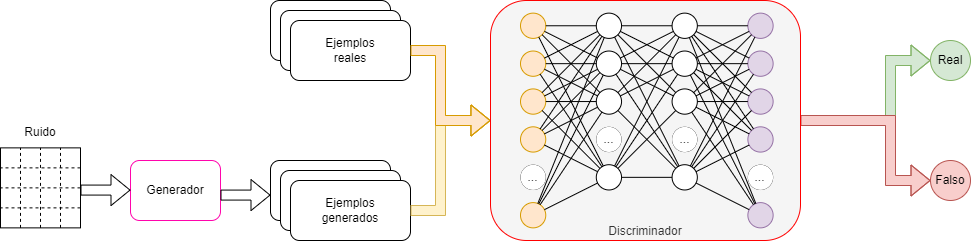
Earlier version of the draw.io export Project/Latex/figures/chapter02/GANs.drawio.png (nonodev96/RNA_SI). Source tidied: cells renumbered, new cells last; positions are measured from the earlier drawing's top-left corner, leaving out a move shared by most shapes.
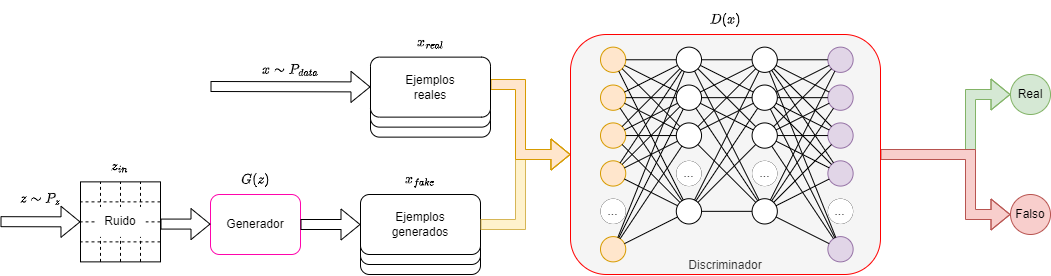
The same diagram one commit later.

What changed in the source:
```diff
@@ -1,39 +1,24 @@
-<mxGraphModel>
+<mxGraphModel math="1">
   <root>
     <mxCell id="0" />
     <mxCell id="1" parent="0" />
-    <mxCell id="2" style="group;" parent="1" vertex="1">
-      <mxGeometry x="270" width="140" height="80" as="geometry" />
-    </mxCell>
-    <mxCell id="3" style="rounded=1;whiteSpace=wrap;html=1;" parent="2" vertex="1">
-      <mxGeometry width="120" height="60" as="geometry" />
-    </mxCell>
-    <mxCell id="4" style="rounded=1;whiteSpace=wrap;html=1;" parent="2" vertex="1">
-      <mxGeometry x="10" y="10" width="120" height="60" as="geometry" />
-    </mxCell>
-    <mxCell id="5" value="Ejemplos&lt;br&gt;reales" style="rounded=1;whiteSpace=wrap;html=1;" parent="2" vertex="1">
-      <mxGeometry x="20" y="20" width="120" height="60" as="geometry" />
-    </mxCell>
     <mxCell id="6" style="group;" parent="1" vertex="1">
-      <mxGeometry x="270" y="160" width="140" height="80" as="geometry" />
+      <mxGeometry x="270" y="150" width="140" height="80" as="geometry" />
     </mxCell>
     <mxCell id="7" style="rounded=1;whiteSpace=wrap;html=1;" parent="6" vertex="1">
-      <mxGeometry width="120" height="60" as="geometry" />
+      <mxGeometry x="10" y="30" width="120" height="60" as="geometry" />
     </mxCell>
     <mxCell id="8" style="rounded=1;whiteSpace=wrap;html=1;" parent="6" vertex="1">
-      <mxGeometry x="10" y="10" width="120" height="60" as="geometry" />
+      <mxGeometry x="10" y="20" width="120" height="60" as="geometry" />
     </mxCell>
     <mxCell id="9" value="Ejemplos &lt;br&gt;generados" style="rounded=1;whiteSpace=wrap;html=1;" parent="6" vertex="1">
-      <mxGeometry x="20" y="20" width="120" height="60" as="geometry" />
+      <mxGeometry x="10" y="10" width="120" height="60" as="geometry" />
     </mxCell>
     <mxCell id="10" value="Generador" style="rounded=1;whiteSpace=wrap;html=1;fillColor=none;strokeColor=#FF05AC;" parent="1" vertex="1">
       <mxGeometry x="130" y="160" width="90" height="60" as="geometry" />
     </mxCell>
-    <mxCell id="11" style="shape=flexArrow;endArrow=classic;html=1;rounded=0;" parent="1" edge="1">
-      <mxGeometry relative="1" as="geometry">
-        <mxPoint x="220" y="194.6" as="sourcePoint" />
-        <mxPoint x="270" y="194.6" as="targetPoint" />
-      </mxGeometry>
+    <mxCell id="11" style="shape=flexArrow;endArrow=classic;html=1;rounded=0;exitX=1;exitY=0.5;exitDx=0;exitDy=0;" parent="1" edge="1" source="10" target="9">
+      <mxGeometry relative="1" as="geometry" />
     </mxCell>
     <mxCell id="12" style="shape=flexArrow;endArrow=classic;html=1;rounded=0;" parent="1" edge="1">
       <mxGeometry relative="1" as="geometry">
@@ -41,16 +26,17 @@
         <mxPoint x="130" y="189.6" as="targetPoint" />
       </mxGeometry>
     </mxCell>
-    <mxCell id="13" style="shape=flexArrow;endArrow=classic;html=1;rounded=0;exitX=1;exitY=0.5;exitDx=0;exitDy=0;entryX=0;entryY=0.5;entryDx=0;entryDy=0;fillColor=#fff2cc;strokeColor=#d6b656;" parent="1" edge="1" source="9" target="19">
+    <mxCell id="13" style="shape=flexArrow;endArrow=classic;html=1;rounded=0;entryX=0;entryY=0.5;entryDx=0;entryDy=0;fillColor=#fff2cc;strokeColor=#d6b656;" parent="1" edge="1" source="9" target="19">
       <mxGeometry relative="1" as="geometry">
         <Array as="points">
-          <mxPoint x="440" y="210" />
+          <mxPoint x="440" y="190" />
           <mxPoint x="440" y="120" />
         </Array>
       </mxGeometry>
     </mxCell>
-    <mxCell id="14" style="shape=flexArrow;endArrow=classic;html=1;rounded=0;exitX=1;exitY=0.5;exitDx=0;exitDy=0;entryX=0;entryY=0.5;entryDx=0;entryDy=0;fillColor=#ffe6cc;strokeColor=#d79b00;" parent="1" edge="1" source="5" target="19">
+    <mxCell id="14" style="shape=flexArrow;endArrow=classic;html=1;rounded=0;exitX=1;exitY=0.5;exitDx=0;exitDy=0;entryX=0;entryY=0.5;entryDx=0;entryDy=0;fillColor=#ffe6cc;strokeColor=#d79b00;" parent="1" edge="1" target="19">
       <mxGeometry relative="1" as="geometry">
+        <mxPoint x="410" y="50" as="sourcePoint" />
         <Array as="points">
           <mxPoint x="440" y="50" />
           <mxPoint x="440" y="120" />
@@ -316,11 +302,38 @@
     <mxCell id="97" style="endArrow=none;html=1;rounded=0;" parent="20" edge="1" source="31" target="62">
       <mxGeometry relative="1" as="geometry" />
     </mxCell>
-    <mxCell id="98" style="group;" parent="1" vertex="1">
-      <mxGeometry y="117.4" width="80" height="110" as="geometry" />
-    </mxCell>
+    <mxCell id="108" style="shape=flexArrow;endArrow=classic;html=1;rounded=0;" parent="1" edge="1">
+      <mxGeometry relative="1" as="geometry">
+        <mxPoint x="130" y="52" as="sourcePoint" />
+        <mxPoint x="290" y="52.4" as="targetPoint" />
+        <Array as="points">
+          <mxPoint x="290" y="52.4" />
+        </Array>
+      </mxGeometry>
+    </mxCell>
+    <mxCell id="109" style="group;" parent="1" vertex="1">
+      <mxGeometry x="280" y="12.6" width="140" height="80" as="geometry" />
+    </mxCell>
+    <mxCell id="110" style="rounded=1;whiteSpace=wrap;html=1;" parent="109" vertex="1">
+      <mxGeometry x="10" y="30" width="120" height="60" as="geometry" />
+    </mxCell>
+    <mxCell id="111" style="rounded=1;whiteSpace=wrap;html=1;" parent="109" vertex="1">
+      <mxGeometry x="10" y="20" width="120" height="60" as="geometry" />
+    </mxCell>
+    <mxCell id="5" value="Ejemplos &lt;br&gt;reales" style="rounded=1;whiteSpace=wrap;html=1;" parent="109" vertex="1">
+      <mxGeometry x="10" y="10" width="120" height="60" as="geometry" />
+    </mxCell>
+    <mxCell id="112" value="$$x_{real}$$" style="text;html=1;align=center;verticalAlign=middle;whiteSpace=wrap;rounded=0;" parent="109" vertex="1">
+      <mxGeometry x="10" y="-20" width="120" height="30" as="geometry" />
+    </mxCell>
+    <mxCell id="113" value="$$ x \sim P_{data} $$" style="text;html=1;align=center;verticalAlign=middle;whiteSpace=wrap;rounded=0;" parent="1" vertex="1">
+      <mxGeometry x="130" y="20" width="160" height="30" as="geometry" />
+    </mxCell>
+    <mxCell id="114" value="$$ G(z) $$" style="text;html=1;align=center;verticalAlign=middle;whiteSpace=wrap;rounded=0;" parent="1" vertex="1">
+      <mxGeometry x="130" y="130" width="90" height="30" as="geometry" />
+    </mxCell>
-    <mxCell id="99" style="group;verticalAlign=top;spacingTop=0;spacingBottom=0;" parent="98" vertex="1">
-      <mxGeometry y="30" width="80" height="80" as="geometry" />
+    <mxCell id="99" style="group;verticalAlign=middle;spacingTop=0;spacingBottom=0;" parent="1" vertex="1">
+      <mxGeometry y="147.4" width="80" height="80" as="geometry" />
     </mxCell>
     <mxCell id="100" style="rounded=0;whiteSpace=wrap;html=1;spacingBottom=6;" parent="99" vertex="1">
       <mxGeometry width="80" height="80" as="geometry" />
@@ -337,14 +350,31 @@
     <mxCell id="104" style="endArrow=none;dashed=1;html=1;rounded=0;entryX=0;entryY=0.25;entryDx=0;entryDy=0;exitX=1;exitY=0.25;exitDx=0;exitDy=0;" parent="99" edge="1" source="100" target="100">
       <mxGeometry relative="1" as="geometry" />
     </mxCell>
-    <mxCell id="105" style="endArrow=none;dashed=1;html=1;rounded=0;entryX=0;entryY=0.5;entryDx=0;entryDy=0;exitX=1;exitY=0.5;exitDx=0;exitDy=0;" parent="99" edge="1" source="100" target="100">
+    <mxCell id="105" style="endArrow=none;dashed=1;html=1;rounded=0;entryX=0;entryY=0.5;entryDx=0;entryDy=0;exitX=1;exitY=0.5;exitDx=0;exitDy=0;elbow=vertical;" parent="99" edge="1" source="100" target="100">
       <mxGeometry relative="1" as="geometry" />
     </mxCell>
     <mxCell id="106" style="endArrow=none;dashed=1;html=1;rounded=0;entryX=0;entryY=0.75;entryDx=0;entryDy=0;exitX=1;exitY=0.75;exitDx=0;exitDy=0;" parent="99" edge="1" source="100" target="100">
       <mxGeometry relative="1" as="geometry" />
     </mxCell>
+    <mxCell id="115" value="Ruido" style="text;html=1;align=center;verticalAlign=middle;whiteSpace=wrap;rounded=0;fillColor=default;" parent="99" vertex="1">
+      <mxGeometry x="15" y="25" width="50" height="30" as="geometry" />
+    </mxCell>
-    <mxCell id="107" value="Ruido" style="text;html=1;strokeColor=none;fillColor=none;align=center;verticalAlign=middle;whiteSpace=wrap;rounded=0;" parent="98" vertex="1">
-      <mxGeometry width="80" height="30" as="geometry" />
+    <mxCell id="107" value="$$&amp;nbsp;z_{in}$$" style="text;html=1;strokeColor=none;fillColor=none;align=center;verticalAlign=middle;whiteSpace=wrap;rounded=0;" parent="1" vertex="1">
+      <mxGeometry y="117.4" width="80" height="30" as="geometry" />
     </mxCell>
+    <mxCell id="116" style="shape=flexArrow;endArrow=classic;html=1;rounded=0;entryX=0;entryY=0.5;entryDx=0;entryDy=0;" parent="1" edge="1" target="100">
+      <mxGeometry relative="1" as="geometry">
+        <mxPoint x="-80" y="187.2" as="sourcePoint" />
+      </mxGeometry>
+    </mxCell>
+    <mxCell id="117" value="$$ z \sim P_{z} $$" style="text;html=1;align=center;verticalAlign=middle;whiteSpace=wrap;rounded=0;" parent="1" vertex="1">
+      <mxGeometry x="-80" y="147.4" width="80" height="32.6" as="geometry" />
+    </mxCell>
+    <mxCell id="118" value="$$x_{fake}$$" style="text;html=1;align=center;verticalAlign=middle;whiteSpace=wrap;rounded=0;" parent="1" vertex="1">
+      <mxGeometry x="280" y="130" width="120" height="30" as="geometry" />
+    </mxCell>
+    <mxCell id="119" value="$$D(x)$$" style="text;html=1;align=center;verticalAlign=middle;whiteSpace=wrap;rounded=0;" parent="1" vertex="1">
+      <mxGeometry x="490" y="-30" width="310" height="30" as="geometry" />
+    </mxCell>
   </root>
 </mxGraphModel>
```
